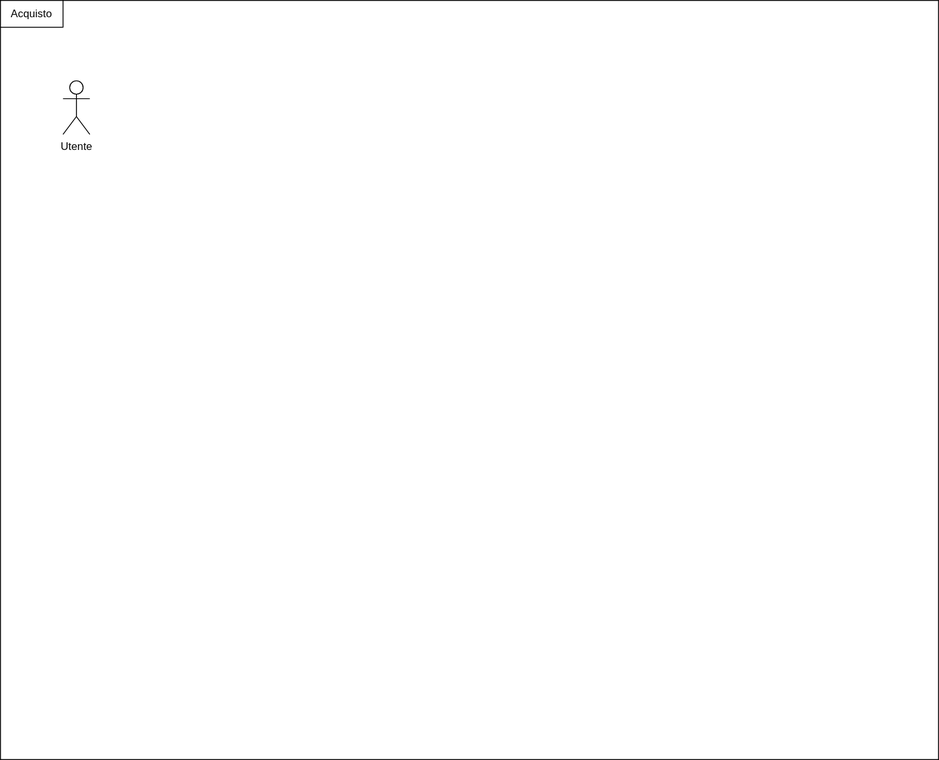
MickTK/ProgettoFinaleISW keeps this draw.io diagram as diagrammi/sequenza/acquisto.drawio.svg. Above is the earlier version. Source tidied: cells renumbered, new cells last; positions are measured from the earlier drawing's top-left corner, leaving out a move shared by most shapes. The source it was exported from:
```xml
<mxGraphModel>
  <root>
    <mxCell id="0" />
    <mxCell id="1" parent="0" />
    <mxCell id="2" style="rounded=0;whiteSpace=wrap;html=1;" parent="1" vertex="1">
      <mxGeometry width="1050" height="850" as="geometry" />
    </mxCell>
    <mxCell id="3" value="Acquisto" style="rounded=0;whiteSpace=wrap;html=1;" parent="1" vertex="1">
      <mxGeometry width="70" height="30" as="geometry" />
    </mxCell>
    <mxCell id="4" value="Utente" style="shape=umlActor;verticalLabelPosition=bottom;verticalAlign=top;html=1;" parent="1" vertex="1">
      <mxGeometry x="70" y="90" width="30" height="60" as="geometry" />
    </mxCell>
  </root>
</mxGraphModel>
```
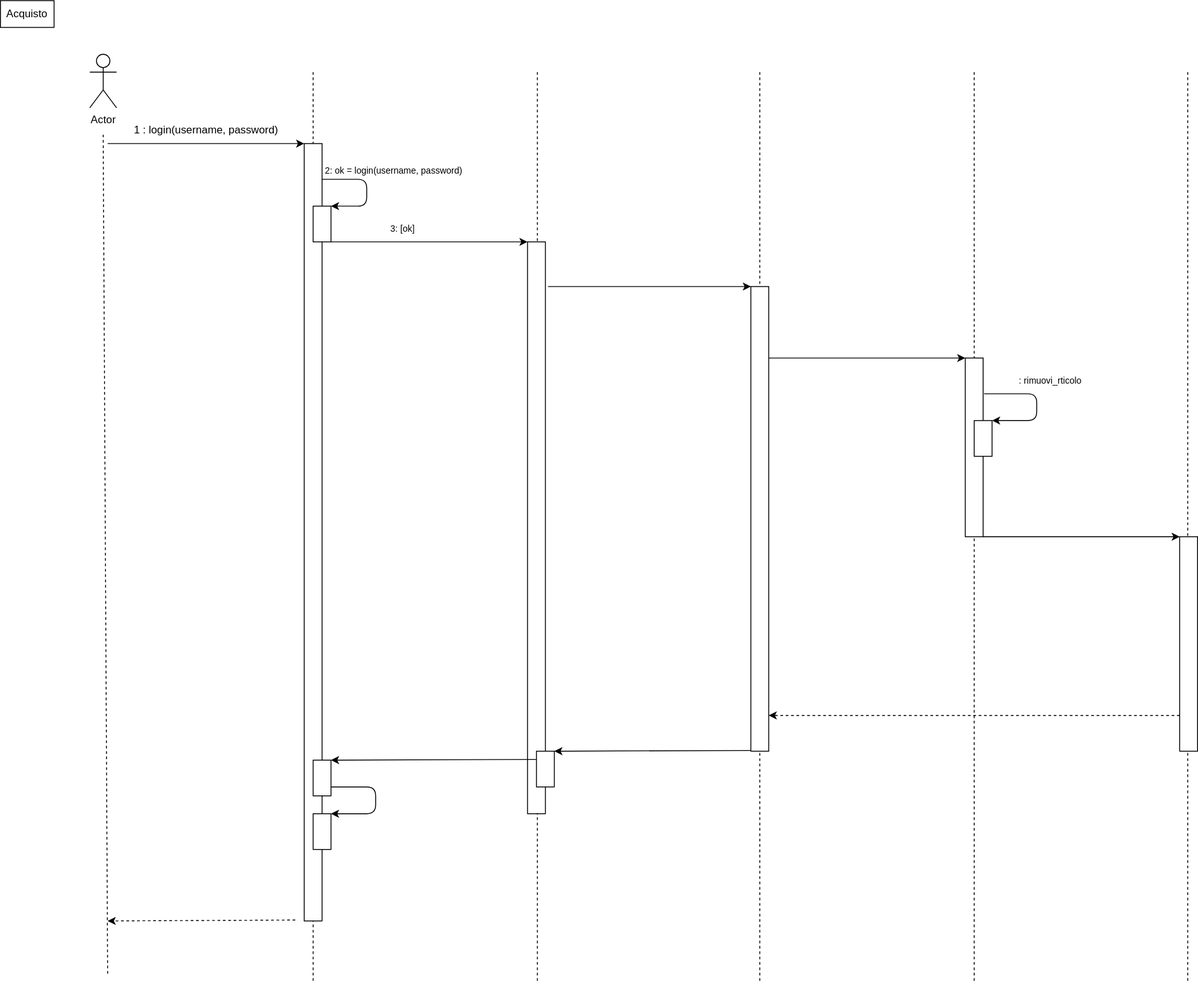
Above is the later version.

Commit message:
diagramma acquisto (scheletro)

Change to the diagram source:
```diff
@@ -2,14 +2,169 @@
   <root>
     <mxCell id="0" />
     <mxCell id="1" parent="0" />
+    <mxCell id="5" style="edgeStyle=none;html=1;endArrow=none;endFill=0;dashed=1;" parent="1" edge="1">
+      <mxGeometry relative="1" as="geometry">
+        <mxPoint x="850" y="60" as="sourcePoint" />
+        <mxPoint x="850" y="1080" as="targetPoint" />
+      </mxGeometry>
+    </mxCell>
+    <mxCell id="6" style="edgeStyle=none;html=1;endArrow=none;endFill=0;dashed=1;" parent="1" edge="1">
+      <mxGeometry relative="1" as="geometry">
+        <mxPoint x="1329" y="60" as="sourcePoint" />
+        <mxPoint x="1329" y="1080" as="targetPoint" />
+      </mxGeometry>
+    </mxCell>
+    <mxCell id="7" style="edgeStyle=none;html=1;endArrow=none;endFill=0;dashed=1;" parent="1" edge="1">
+      <mxGeometry relative="1" as="geometry">
+        <mxPoint x="1090" y="60" as="sourcePoint" />
+        <mxPoint x="1090" y="1080" as="targetPoint" />
+      </mxGeometry>
+    </mxCell>
+    <mxCell id="8" style="edgeStyle=none;html=1;endArrow=none;endFill=0;dashed=1;" parent="1" edge="1">
+      <mxGeometry relative="1" as="geometry">
+        <mxPoint x="601" y="60" as="sourcePoint" />
+        <mxPoint x="601" y="1080" as="targetPoint" />
+      </mxGeometry>
+    </mxCell>
+    <mxCell id="9" style="edgeStyle=none;html=1;endArrow=none;endFill=0;dashed=1;" parent="1" edge="1">
+      <mxGeometry relative="1" as="geometry">
+        <mxPoint x="350" y="60" as="sourcePoint" />
+        <mxPoint x="350" y="1080" as="targetPoint" />
+      </mxGeometry>
+    </mxCell>
+    <mxCell id="10" style="edgeStyle=none;html=1;endArrow=none;endFill=0;dashed=1;" parent="1" edge="1">
+      <mxGeometry relative="1" as="geometry">
+        <mxPoint x="115" y="130" as="sourcePoint" />
+        <mxPoint x="120" y="1070" as="targetPoint" />
+      </mxGeometry>
+    </mxCell>
-    <mxCell id="2" style="rounded=0;whiteSpace=wrap;html=1;" parent="1" vertex="1">
-      <mxGeometry width="1050" height="850" as="geometry" />
+    <mxCell id="2" value="Actor" style="shape=umlActor;verticalLabelPosition=bottom;verticalAlign=top;html=1;" parent="1" vertex="1">
+      <mxGeometry x="100" y="40" width="30" height="60" as="geometry" />
     </mxCell>
     <mxCell id="3" value="Acquisto" style="rounded=0;whiteSpace=wrap;html=1;" parent="1" vertex="1">
-      <mxGeometry width="70" height="30" as="geometry" />
+      <mxGeometry y="-20" width="60" height="30" as="geometry" />
     </mxCell>
+    <mxCell id="11" style="edgeStyle=none;html=1;endArrow=classic;endFill=1;" parent="1" edge="1">
+      <mxGeometry relative="1" as="geometry">
+        <mxPoint x="120" y="140" as="sourcePoint" />
+        <mxPoint x="340" y="140" as="targetPoint" />
+      </mxGeometry>
+    </mxCell>
+    <mxCell id="12" value="1 : login(username, password)" style="text;html=1;align=center;verticalAlign=middle;strokeColor=none;fillColor=none;" parent="1" vertex="1">
+      <mxGeometry x="140" y="110" width="180" height="30" as="geometry" />
+    </mxCell>
-    <mxCell id="4" value="Utente" style="shape=umlActor;verticalLabelPosition=bottom;verticalAlign=top;html=1;" parent="1" vertex="1">
-      <mxGeometry x="70" y="90" width="30" height="60" as="geometry" />
+    <mxCell id="4" style="rounded=0;whiteSpace=wrap;html=1;" parent="1" vertex="1">
+      <mxGeometry x="340" y="140" width="20" height="870" as="geometry" />
     </mxCell>
+    <mxCell id="13" style="edgeStyle=none;html=1;endArrow=classic;endFill=1;" parent="1" edge="1">
+      <mxGeometry relative="1" as="geometry">
+        <mxPoint x="360" y="180" as="sourcePoint" />
+        <mxPoint x="370" y="210" as="targetPoint" />
+        <Array as="points">
+          <mxPoint x="410" y="180" />
+          <mxPoint x="410" y="210" />
+        </Array>
+      </mxGeometry>
+    </mxCell>
+    <mxCell id="14" value="&lt;font style=&quot;font-size: 10px;&quot;&gt;2: ok = login(username, password)&lt;/font&gt;" style="text;html=1;align=center;verticalAlign=middle;strokeColor=none;fillColor=none;" parent="1" vertex="1">
+      <mxGeometry x="350" y="155" width="180" height="30" as="geometry" />
+    </mxCell>
+    <mxCell id="15" style="rounded=0;whiteSpace=wrap;html=1;fontSize=10;" parent="1" vertex="1">
+      <mxGeometry x="350" y="210" width="20" height="40" as="geometry" />
+    </mxCell>
+    <mxCell id="16" style="edgeStyle=none;html=1;endArrow=classic;endFill=1;" parent="1" edge="1">
+      <mxGeometry relative="1" as="geometry">
+        <mxPoint x="370" y="250" as="sourcePoint" />
+        <mxPoint x="590" y="250" as="targetPoint" />
+      </mxGeometry>
+    </mxCell>
+    <mxCell id="17" value="3: [ok]" style="text;html=1;align=center;verticalAlign=middle;strokeColor=none;fillColor=none;fontSize=10;" parent="1" vertex="1">
+      <mxGeometry x="425" y="220" width="50" height="30" as="geometry" />
+    </mxCell>
+    <mxCell id="18" style="rounded=0;whiteSpace=wrap;html=1;" parent="1" vertex="1">
+      <mxGeometry x="590" y="250" width="20" height="640" as="geometry" />
+    </mxCell>
+    <mxCell id="19" style="edgeStyle=none;html=1;endArrow=classic;endFill=1;entryX=0;entryY=0;entryDx=0;entryDy=0;" parent="1" edge="1" target="20">
+      <mxGeometry relative="1" as="geometry">
+        <mxPoint x="613" y="300" as="sourcePoint" />
+      </mxGeometry>
+    </mxCell>
+    <mxCell id="20" style="rounded=0;whiteSpace=wrap;html=1;" parent="1" vertex="1">
+      <mxGeometry x="840" y="300" width="20" height="520" as="geometry" />
+    </mxCell>
+    <mxCell id="21" style="edgeStyle=none;html=1;endArrow=classic;endFill=1;entryX=0;entryY=0;entryDx=0;entryDy=0;" parent="1" edge="1" target="22">
+      <mxGeometry relative="1" as="geometry">
+        <mxPoint x="860" y="380" as="sourcePoint" />
+      </mxGeometry>
+    </mxCell>
+    <mxCell id="22" style="rounded=0;whiteSpace=wrap;html=1;" parent="1" vertex="1">
+      <mxGeometry x="1080" y="380" width="20" height="200" as="geometry" />
+    </mxCell>
+    <mxCell id="23" style="edgeStyle=none;html=1;endArrow=classic;endFill=1;" parent="1" edge="1">
+      <mxGeometry relative="1" as="geometry">
+        <mxPoint x="1101" y="420" as="sourcePoint" />
+        <mxPoint x="1110" y="450" as="targetPoint" />
+        <Array as="points">
+          <mxPoint x="1160" y="420" />
+          <mxPoint x="1160" y="450" />
+        </Array>
+      </mxGeometry>
+    </mxCell>
+    <mxCell id="24" style="rounded=0;whiteSpace=wrap;html=1;fontSize=10;" parent="1" vertex="1">
+      <mxGeometry x="1090" y="450" width="20" height="40" as="geometry" />
+    </mxCell>
+    <mxCell id="25" value=": rimuovi_rticolo" style="text;html=1;align=center;verticalAlign=middle;strokeColor=none;fillColor=none;fontSize=10;" parent="1" vertex="1">
+      <mxGeometry x="1130" y="390" width="90" height="30" as="geometry" />
+    </mxCell>
+    <mxCell id="26" style="edgeStyle=none;html=1;endArrow=classic;endFill=1;entryX=0;entryY=0;entryDx=0;entryDy=0;" parent="1" edge="1">
+      <mxGeometry relative="1" as="geometry">
+        <mxPoint x="1100" y="580" as="sourcePoint" />
+        <mxPoint x="1320" y="580" as="targetPoint" />
+      </mxGeometry>
+    </mxCell>
+    <mxCell id="27" style="rounded=0;whiteSpace=wrap;html=1;" parent="1" vertex="1">
+      <mxGeometry x="1320" y="580" width="20" height="240" as="geometry" />
+    </mxCell>
+    <mxCell id="28" style="edgeStyle=none;html=1;endArrow=classic;endFill=1;dashed=1;" parent="1" edge="1">
+      <mxGeometry relative="1" as="geometry">
+        <mxPoint x="1320" y="780" as="sourcePoint" />
+        <mxPoint x="860" y="780" as="targetPoint" />
+      </mxGeometry>
+    </mxCell>
+    <mxCell id="29" style="edgeStyle=none;html=1;endArrow=classic;endFill=1;entryX=1;entryY=0;entryDx=0;entryDy=0;" parent="1" edge="1" target="30">
+      <mxGeometry relative="1" as="geometry">
+        <mxPoint x="840" y="819.2" as="sourcePoint" />
+      </mxGeometry>
+    </mxCell>
+    <mxCell id="30" style="rounded=0;whiteSpace=wrap;html=1;fontSize=10;" parent="1" vertex="1">
+      <mxGeometry x="600" y="820" width="20" height="40" as="geometry" />
+    </mxCell>
+    <mxCell id="31" style="edgeStyle=none;html=1;endArrow=classic;endFill=1;entryX=1;entryY=0;entryDx=0;entryDy=0;" parent="1" edge="1" target="32">
+      <mxGeometry relative="1" as="geometry">
+        <mxPoint x="600" y="829.2" as="sourcePoint" />
+      </mxGeometry>
+    </mxCell>
+    <mxCell id="32" style="rounded=0;whiteSpace=wrap;html=1;fontSize=10;" parent="1" vertex="1">
+      <mxGeometry x="350" y="830" width="20" height="40" as="geometry" />
+    </mxCell>
+    <mxCell id="33" style="edgeStyle=none;html=1;endArrow=classic;endFill=1;" parent="1" edge="1">
+      <mxGeometry relative="1" as="geometry">
+        <mxPoint x="370" y="860" as="sourcePoint" />
+        <mxPoint x="370" y="890" as="targetPoint" />
+        <Array as="points">
+          <mxPoint x="420" y="860" />
+          <mxPoint x="420" y="890" />
+        </Array>
+      </mxGeometry>
+    </mxCell>
+    <mxCell id="34" style="rounded=0;whiteSpace=wrap;html=1;fontSize=10;" parent="1" vertex="1">
+      <mxGeometry x="350" y="890" width="20" height="40" as="geometry" />
+    </mxCell>
+    <mxCell id="35" style="edgeStyle=none;html=1;endArrow=classic;endFill=1;dashed=1;" parent="1" edge="1">
+      <mxGeometry relative="1" as="geometry">
+        <mxPoint x="330" y="1009" as="sourcePoint" />
+        <mxPoint x="120" y="1010" as="targetPoint" />
+      </mxGeometry>
+    </mxCell>
   </root>
 </mxGraphModel>
```
